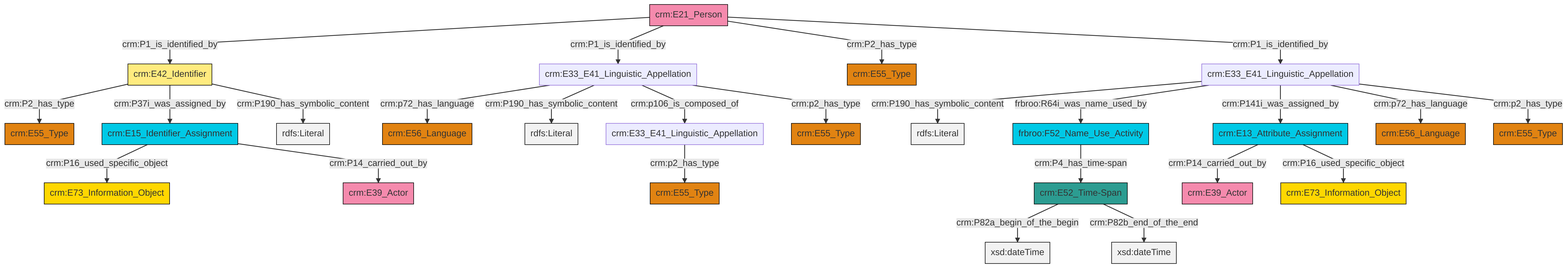
Above: et/personCSV/ttl/mmd/png/Person_Names_and_Classification.png in swiss-art-research-net/reference-data-models (Mermaid), before the change. Its source is kept beside it as et/personCSV/ttl/mmd/Person_Names_and_Classification.ttl.mmd.
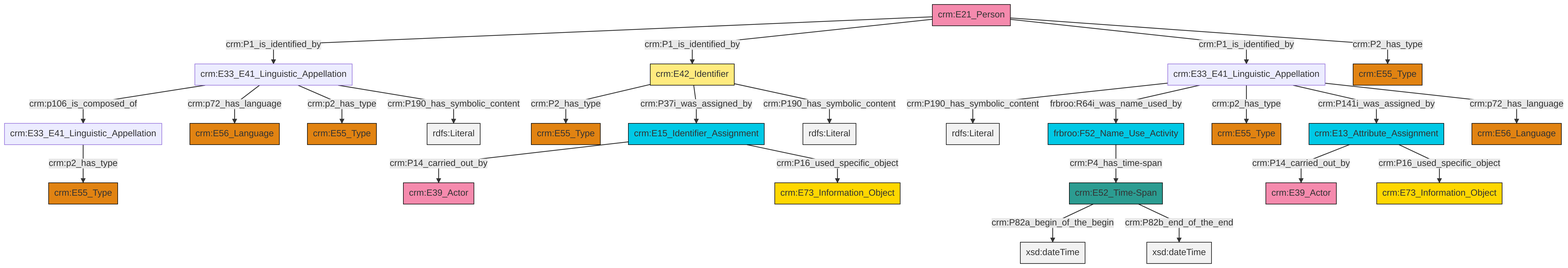
The same diagram one commit later.

Diff of the diagram source:
```diff
@@ -13,27 +13,27 @@
 classDef PC_Classes fill:#4ce600, stroke:#000000;
 classDef Multi fill:#cccccc,stroke:#000000;
 
-0["crm:E13_Attribute_Assignment"]:::Temporal_Entity -->|crm:P14_carried_out_by| 1["crm:E39_Actor"]:::Actor
-4["crm:E21_Person"]:::Actor -->|crm:P1_is_identified_by| 5["crm:E42_Identifier"]:::Appellation
-6["crm:E15_Identifier_Assignment"]:::Temporal_Entity -->|crm:P16_used_specific_object| 7["crm:E73_Information_Object"]:::Conceptual_Object
-4["crm:E21_Person"]:::Actor -->|crm:P1_is_identified_by| 8["crm:E33_E41_Linguistic_Appellation"]:::Default
-14["crm:E33_E41_Linguistic_Appellation"]:::Default -->|crm:P190_has_symbolic_content| 15[rdfs:Literal]:::Literal
-14["crm:E33_E41_Linguistic_Appellation"]:::Default -->|frbroo:R64i_was_name_used_by| 17["frbroo:F52_Name_Use_Activity"]:::Temporal_Entity
-17["frbroo:F52_Name_Use_Activity"]:::Temporal_Entity -->|crm:P4_has_time-span| 18["crm:E52_Time-Span"]:::Time-Span
-18["crm:E52_Time-Span"]:::Time-Span -->|crm:P82a_begin_of_the_begin| 21[xsd:dateTime]:::Literal
-14["crm:E33_E41_Linguistic_Appellation"]:::Default -->|crm:P141i_was_assigned_by| 0["crm:E13_Attribute_Assignment"]:::Temporal_Entity
-4["crm:E21_Person"]:::Actor -->|crm:P2_has_type| 25["crm:E55_Type"]:::Type
-14["crm:E33_E41_Linguistic_Appellation"]:::Default -->|crm:p72_has_language| 28["crm:E56_Language"]:::Type
-5["crm:E42_Identifier"]:::Appellation -->|crm:P2_has_type| 30["crm:E55_Type"]:::Type
-8["crm:E33_E41_Linguistic_Appellation"]:::Default -->|crm:p72_has_language| 11["crm:E56_Language"]:::Type
-4["crm:E21_Person"]:::Actor -->|crm:P1_is_identified_by| 14["crm:E33_E41_Linguistic_Appellation"]:::Default
-8["crm:E33_E41_Linguistic_Appellation"]:::Default -->|crm:P190_has_symbolic_content| 36[rdfs:Literal]:::Literal
-14["crm:E33_E41_Linguistic_Appellation"]:::Default -->|crm:p2_has_type| 33["crm:E55_Type"]:::Type
-6["crm:E15_Identifier_Assignment"]:::Temporal_Entity -->|crm:P14_carried_out_by| 37["crm:E39_Actor"]:::Actor
-0["crm:E13_Attribute_Assignment"]:::Temporal_Entity -->|crm:P16_used_specific_object| 38["crm:E73_Information_Object"]:::Conceptual_Object
-2["crm:E33_E41_Linguistic_Appellation"]:::Default -->|crm:p2_has_type| 19["crm:E55_Type"]:::Type
-5["crm:E42_Identifier"]:::Appellation -->|crm:P37i_was_assigned_by| 6["crm:E15_Identifier_Assignment"]:::Temporal_Entity
-5["crm:E42_Identifier"]:::Appellation -->|crm:P190_has_symbolic_content| 40[rdfs:Literal]:::Literal
-8["crm:E33_E41_Linguistic_Appellation"]:::Default -->|crm:p106_is_composed_of| 2["crm:E33_E41_Linguistic_Appellation"]:::Default
-18["crm:E52_Time-Span"]:::Time-Span -->|crm:P82b_end_of_the_end| 45[xsd:dateTime]:::Literal
-8["crm:E33_E41_Linguistic_Appellation"]:::Default -->|crm:p2_has_type| 22["crm:E55_Type"]:::Type
+0["crm:E33_E41_Linguistic_Appellation"]:::Default -->|crm:p106_is_composed_of| 1["crm:E33_E41_Linguistic_Appellation"]:::Default
+0["crm:E33_E41_Linguistic_Appellation"]:::Default -->|crm:p72_has_language| 2["crm:E56_Language"]:::Type
+3["crm:E33_E41_Linguistic_Appellation"]:::Default -->|crm:P190_has_symbolic_content| 4[rdfs:Literal]:::Literal
+3["crm:E33_E41_Linguistic_Appellation"]:::Default -->|frbroo:R64i_was_name_used_by| 7["frbroo:F52_Name_Use_Activity"]:::Temporal_Entity
+8["crm:E15_Identifier_Assignment"]:::Temporal_Entity -->|crm:P14_carried_out_by| 5["crm:E39_Actor"]:::Actor
+11["crm:E42_Identifier"]:::Appellation -->|crm:P2_has_type| 12["crm:E55_Type"]:::Type
+7["frbroo:F52_Name_Use_Activity"]:::Temporal_Entity -->|crm:P4_has_time-span| 13["crm:E52_Time-Span"]:::Time-Span
+13["crm:E52_Time-Span"]:::Time-Span -->|crm:P82a_begin_of_the_begin| 16[xsd:dateTime]:::Literal
+3["crm:E33_E41_Linguistic_Appellation"]:::Default -->|crm:p2_has_type| 17["crm:E55_Type"]:::Type
+19["crm:E21_Person"]:::Actor -->|crm:P1_is_identified_by| 0["crm:E33_E41_Linguistic_Appellation"]:::Default
+0["crm:E33_E41_Linguistic_Appellation"]:::Default -->|crm:p2_has_type| 24["crm:E55_Type"]:::Type
+11["crm:E42_Identifier"]:::Appellation -->|crm:P37i_was_assigned_by| 8["crm:E15_Identifier_Assignment"]:::Temporal_Entity
+19["crm:E21_Person"]:::Actor -->|crm:P1_is_identified_by| 11["crm:E42_Identifier"]:::Appellation
+21["crm:E13_Attribute_Assignment"]:::Temporal_Entity -->|crm:P14_carried_out_by| 34["crm:E39_Actor"]:::Actor
+1["crm:E33_E41_Linguistic_Appellation"]:::Default -->|crm:p2_has_type| 27["crm:E55_Type"]:::Type
+21["crm:E13_Attribute_Assignment"]:::Temporal_Entity -->|crm:P16_used_specific_object| 29["crm:E73_Information_Object"]:::Conceptual_Object
+0["crm:E33_E41_Linguistic_Appellation"]:::Default -->|crm:P190_has_symbolic_content| 38[rdfs:Literal]:::Literal
+13["crm:E52_Time-Span"]:::Time-Span -->|crm:P82b_end_of_the_end| 39[xsd:dateTime]:::Literal
+8["crm:E15_Identifier_Assignment"]:::Temporal_Entity -->|crm:P16_used_specific_object| 36["crm:E73_Information_Object"]:::Conceptual_Object
+3["crm:E33_E41_Linguistic_Appellation"]:::Default -->|crm:P141i_was_assigned_by| 21["crm:E13_Attribute_Assignment"]:::Temporal_Entity
+19["crm:E21_Person"]:::Actor -->|crm:P1_is_identified_by| 3["crm:E33_E41_Linguistic_Appellation"]:::Default
+11["crm:E42_Identifier"]:::Appellation -->|crm:P190_has_symbolic_content| 44[rdfs:Literal]:::Literal
+3["crm:E33_E41_Linguistic_Appellation"]:::Default -->|crm:p72_has_language| 31["crm:E56_Language"]:::Type
+19["crm:E21_Person"]:::Actor -->|crm:P2_has_type| 40["crm:E55_Type"]:::Type
```
